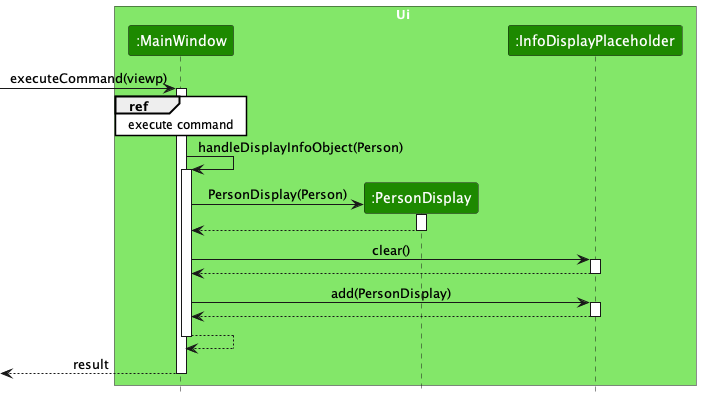
Earlier version of the PlantUML export docs/images/ViewpSequenceDiagram.png (timetraveller-123/tp).
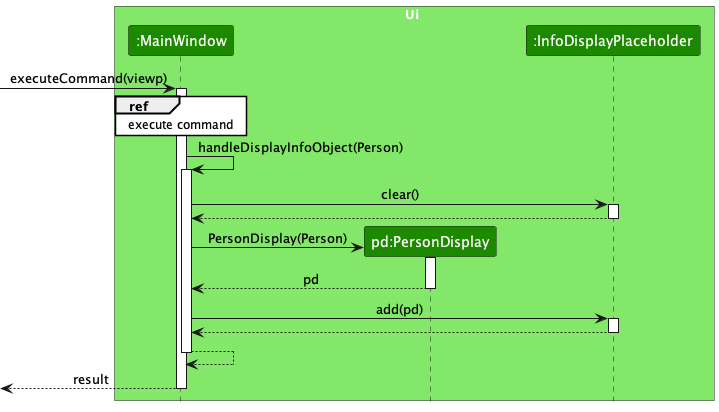
The same diagram one commit later.

Commit message:
Update viewp sequence diagram

What changed in the source:
```diff
@@ -5,6 +5,7 @@
 
 box Ui UI_COLOR_T1
 participant ":MainWindow" as MainWindow UI_COLOR
+participant ":InfoDisplayPlaceholder" as InfoDisplayPlaceholder UI_COLOR
 -> MainWindow : executeCommand(viewp)
 activate MainWindow
 
@@ -13,22 +14,22 @@
 MainWindow -> MainWindow : handleDisplayInfoObject(Person)
 activate MainWindow
 
-create ":PersonDisplay" as PersonDisplay UI_COLOR
-MainWindow -> PersonDisplay : PersonDisplay(Person)
-activate PersonDisplay
-
-PersonDisplay --> MainWindow
-deactivate PersonDisplay
-
-participant ":InfoDisplayPlaceholder" as InfoDisplayPlaceholder UI_COLOR
-
 MainWindow -> InfoDisplayPlaceholder : clear()
 activate InfoDisplayPlaceholder
 
 InfoDisplayPlaceholder --> MainWindow
 deactivate InfoDisplayPlaceholder
 
-MainWindow -> InfoDisplayPlaceholder : add(PersonDisplay)
+create "pd:PersonDisplay" as PersonDisplay UI_COLOR
+MainWindow -> PersonDisplay : PersonDisplay(Person)
+activate PersonDisplay
+
+PersonDisplay --> MainWindow : pd
+deactivate PersonDisplay
+
+participant ":InfoDisplayPlaceholder" as InfoDisplayPlaceholder UI_COLOR
+
+MainWindow -> InfoDisplayPlaceholder : add(pd)
 activate InfoDisplayPlaceholder
 
 InfoDisplayPlaceholder --> MainWindow
```
